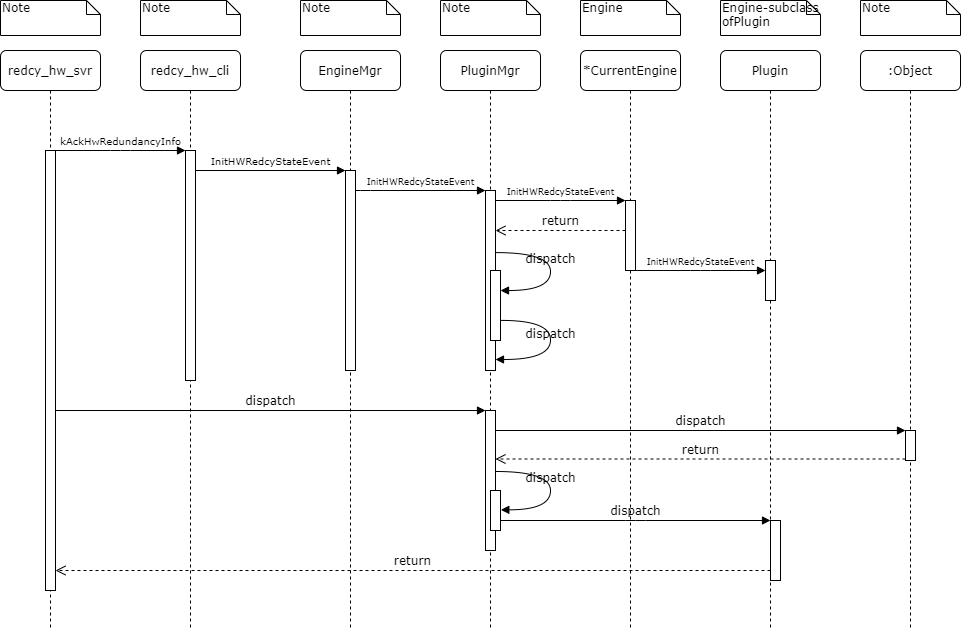
This is UML/StartRedundancy.png from Steve888888/FN-Redundancy, a draw.io export, as it was before one commit. Source tidied: cells renumbered, new cells last; positions are measured from the earlier drawing's top-left corner, leaving out a move shared by most shapes.
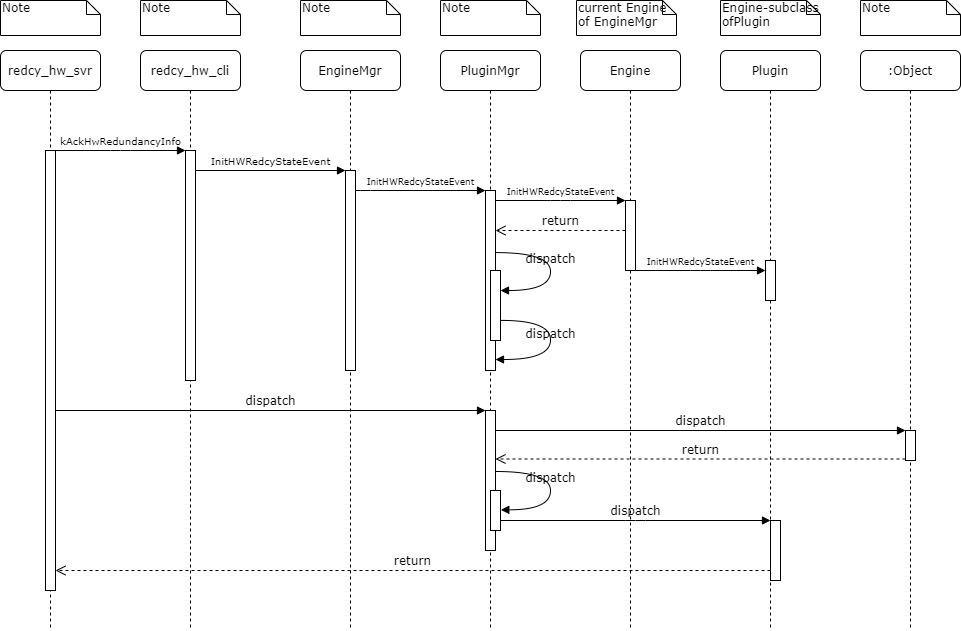
The same file after the commit.

What changed in the source:
```diff
@@ -17,7 +17,7 @@
     <mxCell id="6" value="PluginMgr" style="shape=umlLifeline;perimeter=lifelinePerimeter;whiteSpace=wrap;html=1;rounded=1;shadow=0;comic=0;labelBackgroundColor=none;strokeWidth=1;fontFamily=Verdana;fontSize=12;align=center;" parent="1" vertex="1">
       <mxGeometry x="440" y="50" width="100" height="580" as="geometry" />
     </mxCell>
-    <mxCell id="7" value="*CurrentEngine" style="shape=umlLifeline;perimeter=lifelinePerimeter;whiteSpace=wrap;html=1;rounded=1;shadow=0;comic=0;labelBackgroundColor=none;strokeWidth=1;fontFamily=Verdana;fontSize=12;align=center;" parent="1" vertex="1">
+    <mxCell id="7" value="Engine" style="shape=umlLifeline;perimeter=lifelinePerimeter;whiteSpace=wrap;html=1;rounded=1;shadow=0;comic=0;labelBackgroundColor=none;strokeWidth=1;fontFamily=Verdana;fontSize=12;align=center;" parent="1" vertex="1">
       <mxGeometry x="580" y="50" width="100" height="580" as="geometry" />
     </mxCell>
     <mxCell id="8" value="Plugin" style="shape=umlLifeline;perimeter=lifelinePerimeter;whiteSpace=wrap;html=1;rounded=1;shadow=0;comic=0;labelBackgroundColor=none;strokeWidth=1;fontFamily=Verdana;fontSize=12;align=center;" parent="1" vertex="1">
@@ -138,8 +138,8 @@
     <mxCell id="36" value="Note" style="shape=note;whiteSpace=wrap;html=1;size=14;verticalAlign=top;align=left;spacingTop=-6;rounded=0;shadow=0;comic=0;labelBackgroundColor=none;strokeWidth=1;fontFamily=Verdana;fontSize=12;" parent="1" vertex="1">
       <mxGeometry x="440" width="100" height="35" as="geometry" />
     </mxCell>
-    <mxCell id="37" value="Engine" style="shape=note;whiteSpace=wrap;html=1;size=14;verticalAlign=top;align=left;spacingTop=-6;rounded=0;shadow=0;comic=0;labelBackgroundColor=none;strokeWidth=1;fontFamily=Verdana;fontSize=12;" parent="1" vertex="1">
-      <mxGeometry x="580" width="100" height="35" as="geometry" />
+    <mxCell id="37" value="current Engine of EngineMgr&amp;nbsp;" style="shape=note;whiteSpace=wrap;html=1;size=14;verticalAlign=top;align=left;spacingTop=-6;rounded=0;shadow=0;comic=0;labelBackgroundColor=none;strokeWidth=1;fontFamily=Verdana;fontSize=12;" parent="1" vertex="1">
+      <mxGeometry x="576" width="100" height="35" as="geometry" />
     </mxCell>
     <mxCell id="38" value="Engine-subclass ofPlugin" style="shape=note;whiteSpace=wrap;html=1;size=14;verticalAlign=top;align=left;spacingTop=-6;rounded=0;shadow=0;comic=0;labelBackgroundColor=none;strokeWidth=1;fontFamily=Verdana;fontSize=12;" parent="1" vertex="1">
       <mxGeometry x="720" width="100" height="35" as="geometry" />
```
